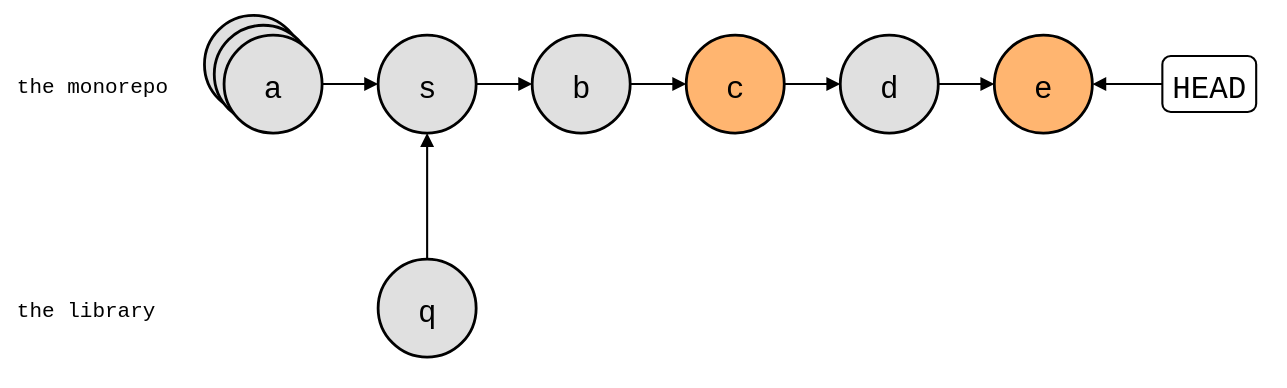
The draw.io diagram static/blog/episodes/git-subtree-split-walks.drawio.svg in roschaefer/roschaefer.de, before a commit. Source tidied: cells renumbered, new cells last; positions are measured from the earlier drawing's top-left corner, leaving out a move shared by most shapes.
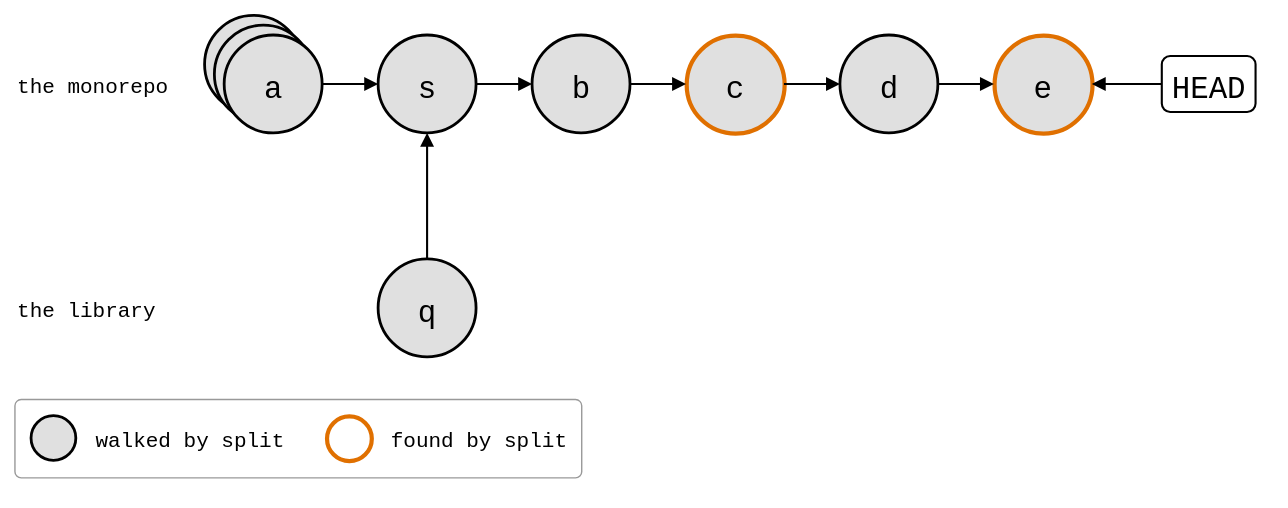
The same file after the commit.

Change to the diagram source:
```diff
@@ -8,31 +8,31 @@
     <mxCell id="3" value="the library" style="text;strokeColor=none;fillColor=none;align=left;verticalAlign=middle;fontSize=15;fontFamily=Roboto Mono,monospace;" parent="1" vertex="1">
       <mxGeometry y="194" width="130" height="30" as="geometry" />
     </mxCell>
-    <mxCell id="4" style="shape=ellipse;strokeWidth=2;fontSize=22;fontFamily=Roboto Mono,monospace;fillColor=#E0E0E0;" parent="1" vertex="1">
+    <mxCell id="4" style="shape=ellipse;fontSize=22;fontFamily=Roboto Mono,monospace;strokeWidth=2;fillColor=#E0E0E0;" parent="1" vertex="1">
       <mxGeometry x="136" width="70" height="70" as="geometry" />
     </mxCell>
-    <mxCell id="5" style="shape=ellipse;strokeWidth=2;fontSize=22;fontFamily=Roboto Mono,monospace;fillColor=#E0E0E0;" parent="1" vertex="1">
+    <mxCell id="5" style="shape=ellipse;fontSize=22;fontFamily=Roboto Mono,monospace;strokeWidth=2;fillColor=#E0E0E0;" parent="1" vertex="1">
       <mxGeometry x="143" y="7" width="70" height="70" as="geometry" />
     </mxCell>
-    <mxCell id="6" value="a" style="ellipse;strokeWidth=2;fontSize=22;fontFamily=Roboto Mono,monospace;fillColor=#E0E0E0;" parent="1" vertex="1">
+    <mxCell id="6" value="a" style="ellipse;fontSize=22;fontFamily=Roboto Mono,monospace;strokeWidth=2;fillColor=#E0E0E0;" parent="1" vertex="1">
       <mxGeometry x="150" y="14" width="70" height="70" as="geometry" />
     </mxCell>
-    <mxCell id="7" value="s" style="ellipse;strokeWidth=2;fontSize=22;fontFamily=Roboto Mono,monospace;fillColor=#E0E0E0;" parent="1" vertex="1">
+    <mxCell id="7" value="s" style="ellipse;fontSize=22;fontFamily=Roboto Mono,monospace;strokeWidth=2;fillColor=#E0E0E0;" parent="1" vertex="1">
       <mxGeometry x="260" y="14" width="70" height="70" as="geometry" />
     </mxCell>
-    <mxCell id="8" value="b" style="ellipse;strokeWidth=2;fontSize=22;fontFamily=Roboto Mono,monospace;fillColor=#E0E0E0;" parent="1" vertex="1">
+    <mxCell id="8" value="b" style="ellipse;fontSize=22;fontFamily=Roboto Mono,monospace;strokeWidth=2;fillColor=#E0E0E0;" parent="1" vertex="1">
       <mxGeometry x="370" y="14" width="70" height="70" as="geometry" />
     </mxCell>
-    <mxCell id="9" value="c" style="ellipse;strokeWidth=2;fontSize=22;fontFamily=Roboto Mono,monospace;fillColor=#FFB570;" parent="1" vertex="1">
+    <mxCell id="9" value="c" style="ellipse;fontSize=22;fontFamily=Roboto Mono,monospace;strokeColor=#E07000;strokeWidth=3;fillColor=#E0E0E0;" parent="1" vertex="1">
       <mxGeometry x="480" y="14" width="70" height="70" as="geometry" />
     </mxCell>
-    <mxCell id="10" value="d" style="ellipse;strokeWidth=2;fontSize=22;fontFamily=Roboto Mono,monospace;fillColor=#E0E0E0;" parent="1" vertex="1">
+    <mxCell id="10" value="d" style="ellipse;fontSize=22;fontFamily=Roboto Mono,monospace;strokeWidth=2;fillColor=#E0E0E0;" parent="1" vertex="1">
       <mxGeometry x="590" y="14" width="70" height="70" as="geometry" />
     </mxCell>
-    <mxCell id="11" value="e" style="ellipse;strokeWidth=2;fontSize=22;fontFamily=Roboto Mono,monospace;fillColor=#FFB570;" parent="1" vertex="1">
+    <mxCell id="11" value="e" style="ellipse;fontSize=22;fontFamily=Roboto Mono,monospace;strokeColor=#E07000;strokeWidth=3;fillColor=#E0E0E0;" parent="1" vertex="1">
       <mxGeometry x="700" y="14" width="70" height="70" as="geometry" />
     </mxCell>
-    <mxCell id="12" value="q" style="ellipse;strokeWidth=2;fontSize=22;fontFamily=Roboto Mono,monospace;fillColor=#E0E0E0;" parent="1" vertex="1">
+    <mxCell id="12" value="q" style="ellipse;fontSize=22;fontFamily=Roboto Mono,monospace;strokeWidth=2;fillColor=#E0E0E0;" parent="1" vertex="1">
       <mxGeometry x="260" y="174" width="70" height="70" as="geometry" />
     </mxCell>
     <mxCell id="13" value="HEAD" style="rounded=1;strokeWidth=1.5;fontSize=22;fontFamily=Roboto Mono,monospace;" parent="1" vertex="1">
@@ -59,5 +59,20 @@
     <mxCell id="20" style="endArrow=block;endFill=1;html=1;strokeWidth=1.5;rounded=0;" parent="1" edge="1" source="12" target="7">
       <mxGeometry relative="1" as="geometry" />
     </mxCell>
+    <mxCell id="21" style="rounded=1;arcSize=8;fillColor=none;strokeColor=#999999;strokeWidth=1;legend=1;" parent="1" vertex="1">
+      <mxGeometry y="274" width="405" height="56" as="geometry" />
+    </mxCell>
+    <mxCell id="22" style="ellipse;fontSize=13;fontFamily=Roboto Mono,monospace;strokeWidth=2;fillColor=#E0E0E0;" parent="21" vertex="1">
+      <mxGeometry x="12" y="12" width="32" height="32" as="geometry" />
+    </mxCell>
+    <mxCell id="23" value="walked by split" style="text;align=left;verticalAlign=middle;fontSize=15;fontFamily=Roboto Mono,monospace;" parent="21" vertex="1">
+      <mxGeometry x="56" y="12" width="135" height="32" as="geometry" />
+    </mxCell>
+    <mxCell id="24" style="ellipse;fontSize=13;fontFamily=Roboto Mono,monospace;strokeColor=#E07000;strokeWidth=3;" parent="21" vertex="1">
+      <mxGeometry x="223" y="12" width="32" height="32" as="geometry" />
+    </mxCell>
+    <mxCell id="25" value="found by split" style="text;align=left;verticalAlign=middle;fontSize=15;fontFamily=Roboto Mono,monospace;" parent="21" vertex="1">
+      <mxGeometry x="267" y="12" width="126" height="32" as="geometry" />
+    </mxCell>
   </root>
 </mxGraphModel>
```
